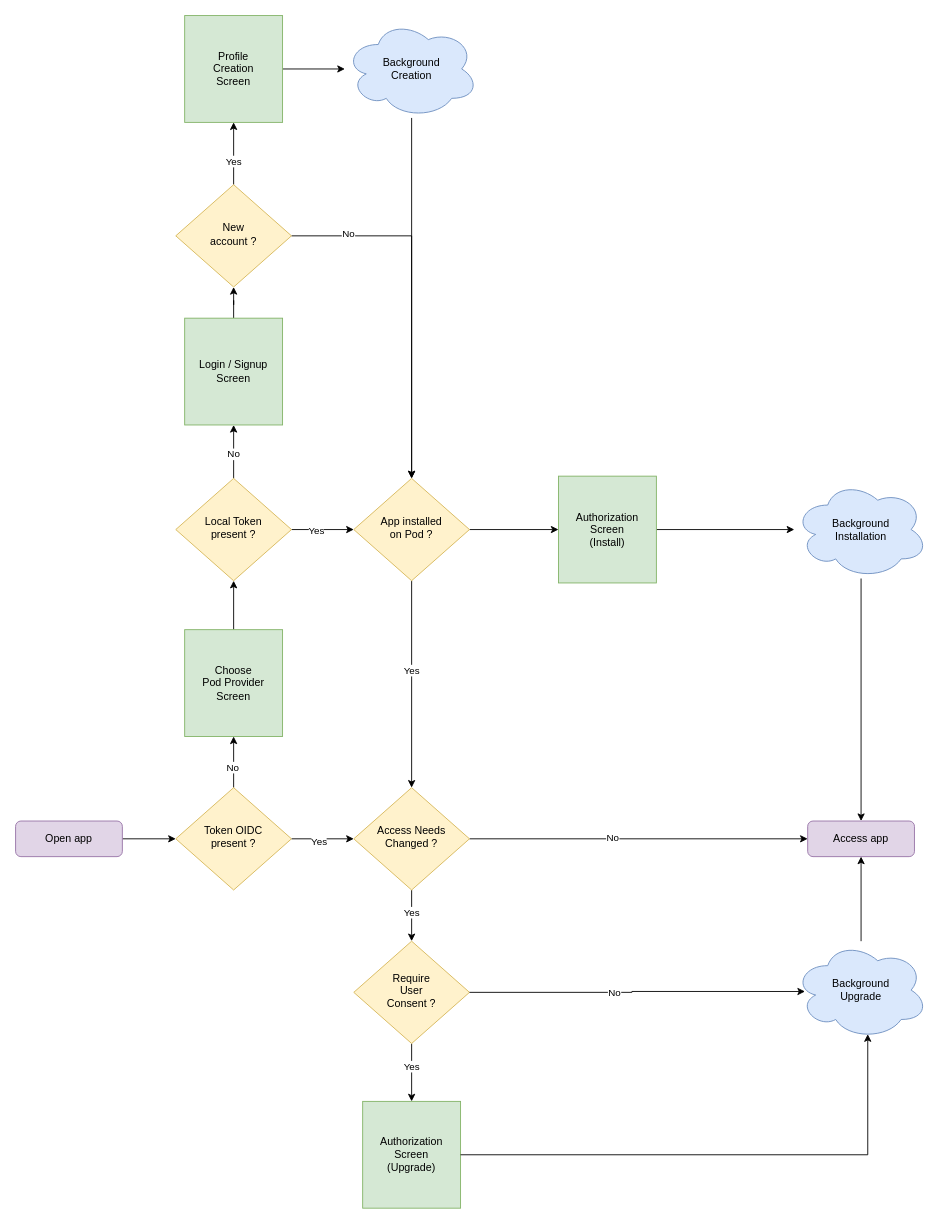
The draw.io diagram app-installation.drawio in activitypods/user-flows, before the edit. Source tidied: cells renumbered, new cells numbered last; positions are measured from the earlier drawing's top-left corner, leaving out a move shared by most shapes. Both pictures are drawn from the tidied source at 89%, with x=0, y=0 at pixel (15, 15).
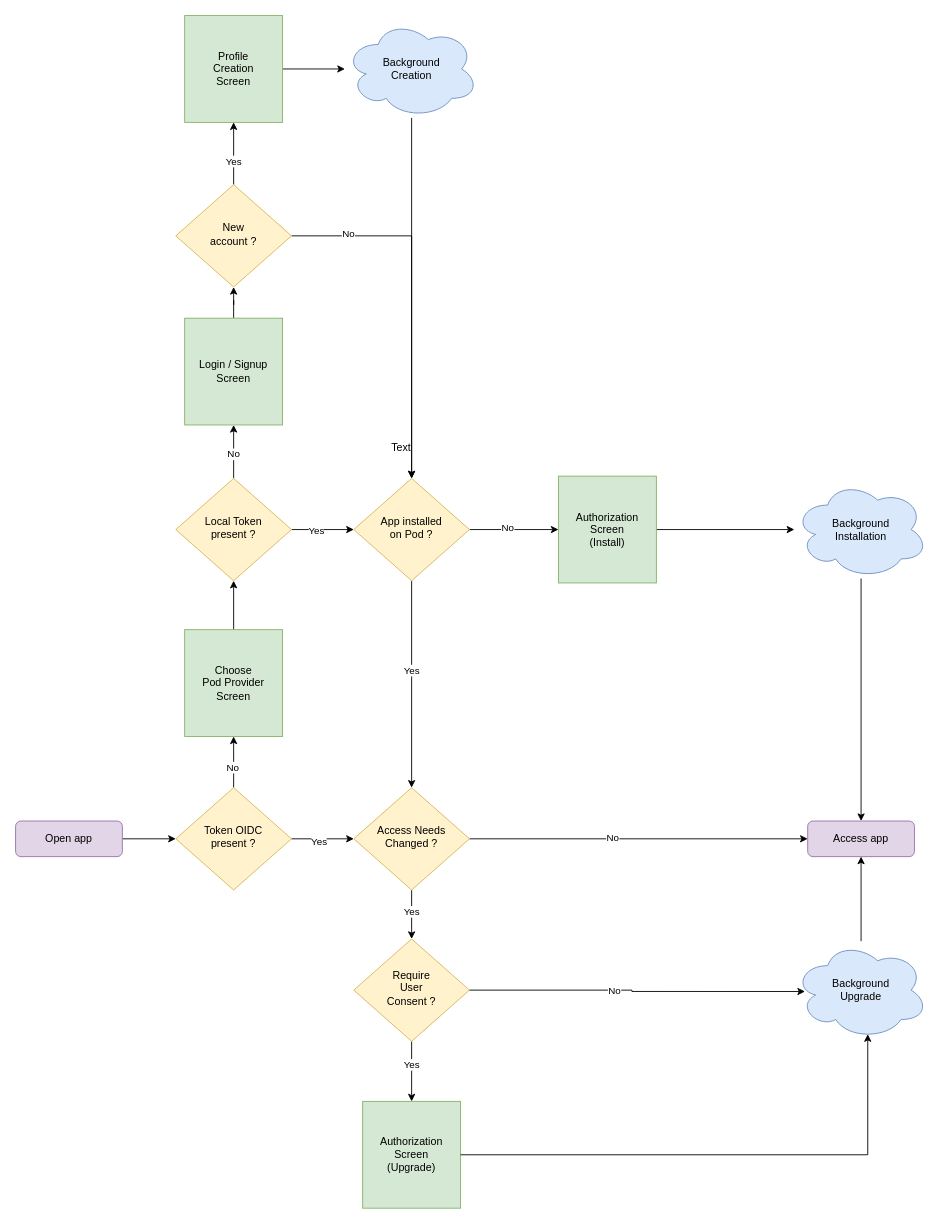
Above is the later version.

Unchanged cells that the change refers to:
```xml
<mxCell id="33" style="edgeStyle=orthogonalEdgeStyle;rounded=0;jettySize=auto;html=1;entryX=0;entryY=0.5;entryDx=0;entryDy=0;" parent="1" edge="1" source="34" target="38">
  <mxGeometry relative="1" as="geometry" />
</mxCell>
```

Change to the diagram source:
```diff
@@
+    <mxCell id="50" value="No" style="edgeLabel;html=1;align=center;verticalAlign=middle;" parent="33" vertex="1">
+      <mxGeometry x="-0.16" y="3" relative="1" as="geometry">
+        <mxPoint y="1" as="offset" />
+      </mxGeometry>
+    </mxCell>
@@
     <mxCell id="43" value="Require&lt;br&gt;User&lt;br&gt;Consent ?" style="rhombus;whiteSpace=wrap;html=1;shadow=0;fontFamily=Helvetica;fontSize=12;align=center;strokeWidth=1;spacing=6;spacingTop=-4;fillColor=#fff2cc;strokeColor=#d6b656;" parent="1" vertex="1">
-      <mxGeometry x="380" y="1040" width="130" height="115" as="geometry" />
+      <mxGeometry x="380" y="1037.5" width="130" height="115" as="geometry" />
     </mxCell>
@@
+    <mxCell id="51" value="Text" style="text;html=1;align=center;verticalAlign=middle;" parent="1" vertex="1">
+      <mxGeometry x="408" y="471" width="50" height="30" as="geometry" />
+    </mxCell>
```
